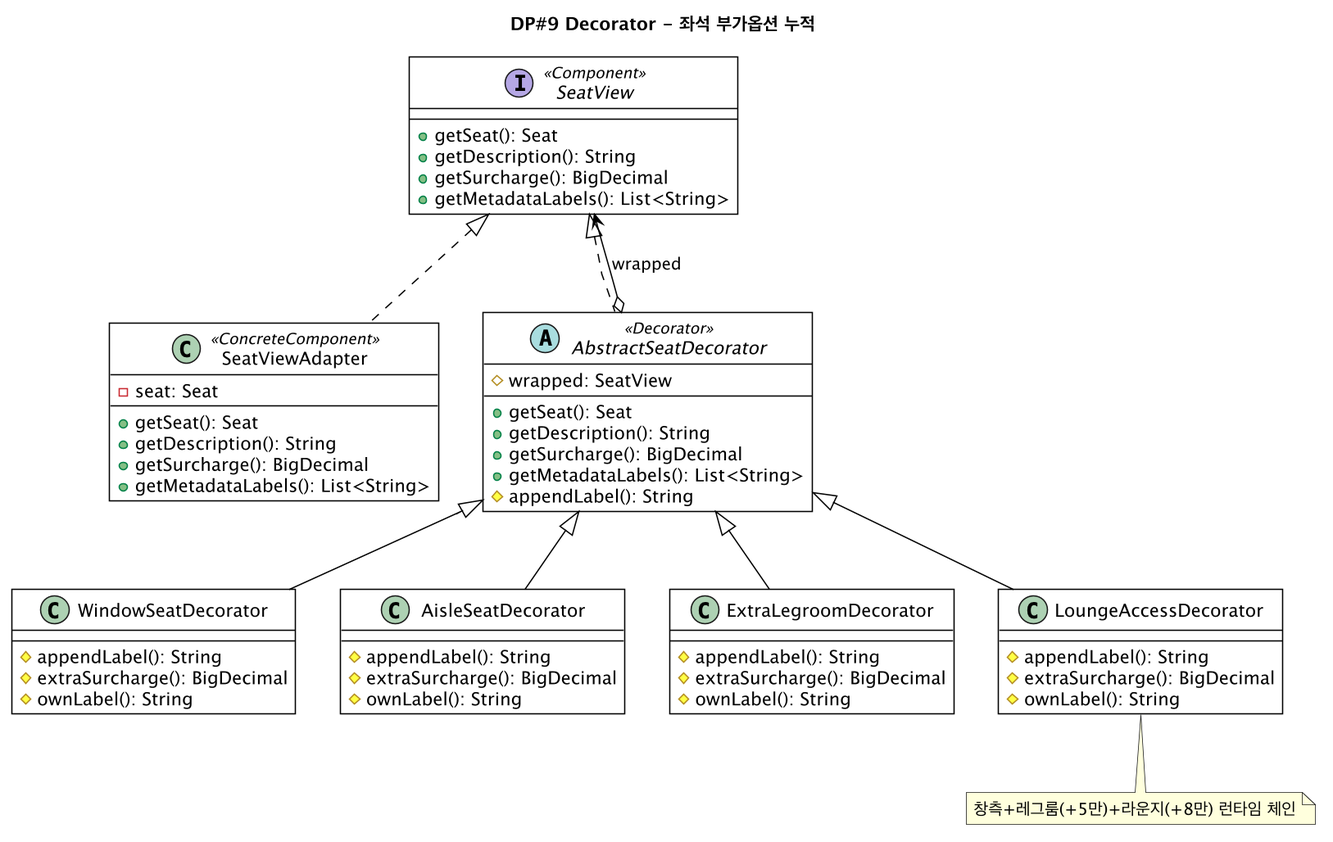
Above: docs/diagrams/iter4-puml/dp9-decorator.png in gimjungwook/KoreanAirReservationDomain (PlantUML), before the change.
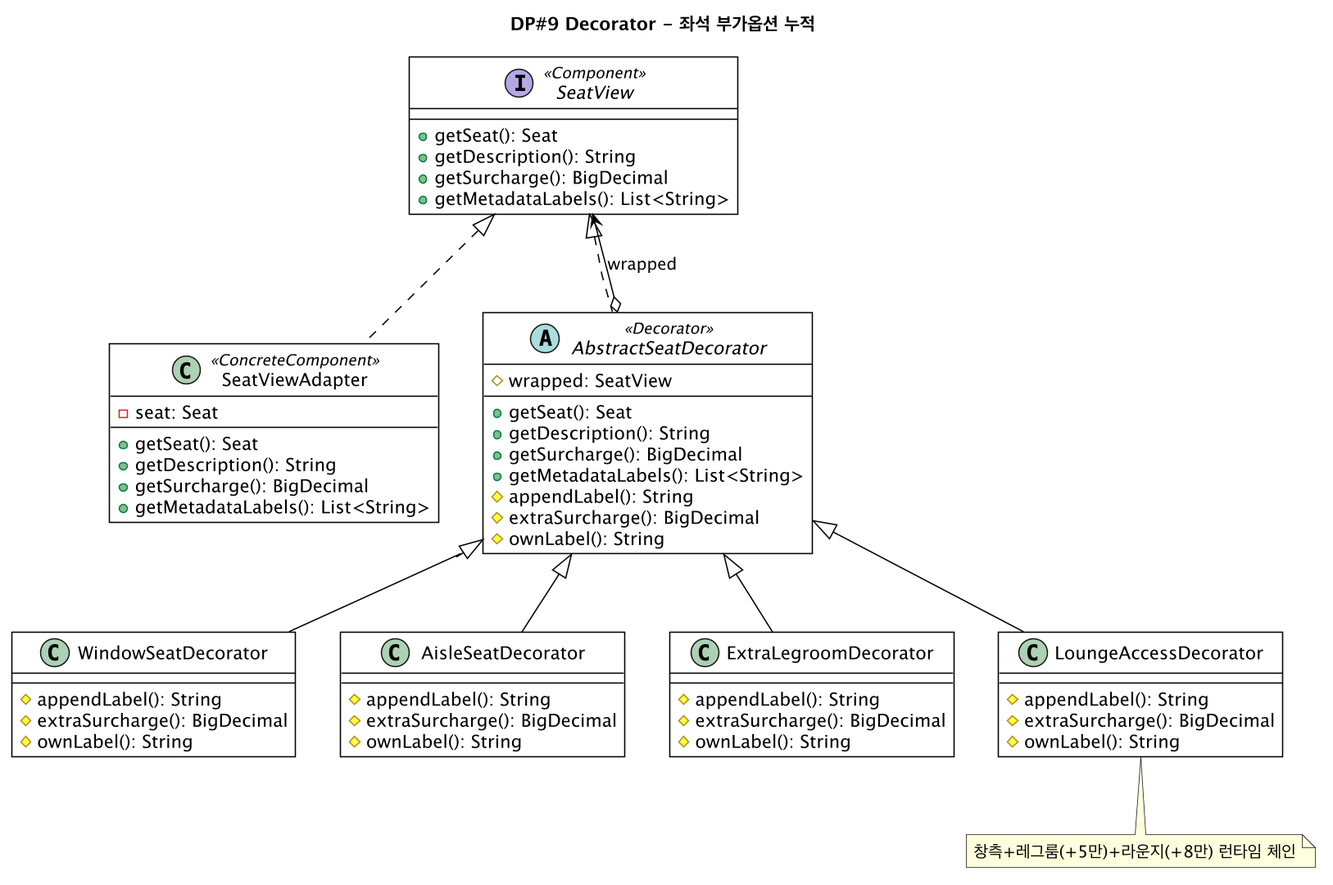
The same diagram one commit later.

What changed in the source:
```diff
@@ -23,6 +23,8 @@
   +getSurcharge(): BigDecimal
   +getMetadataLabels(): List<String>
   #appendLabel(): String
+  #extraSurcharge(): BigDecimal
+  #ownLabel(): String
 }
 class WindowSeatDecorator {
   #appendLabel(): String
```
